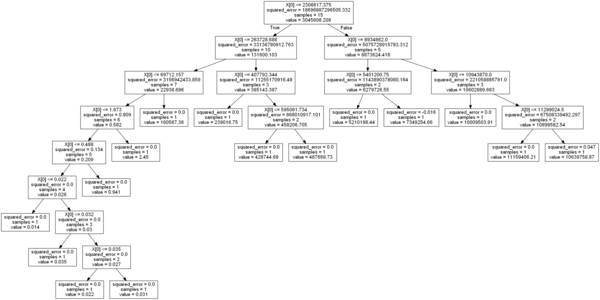
Dimitrios-Mourtzilas/Business-Strategy keeps this Graphviz diagram as dot_tree.png. Above is the earlier version. Its source is kept beside it as dot_tree.dot.
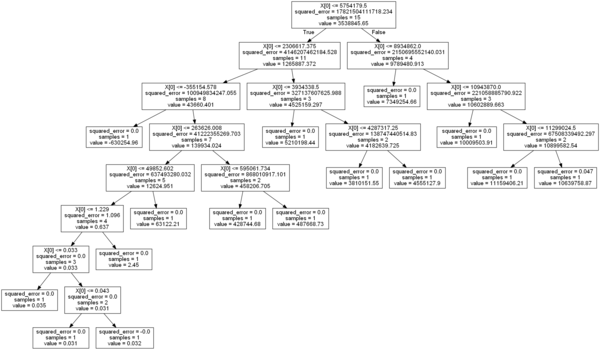
Later version of the same file.

What changed in the source:
```diff
@@ -1,55 +1,55 @@
 digraph Tree {
 node [shape=box, fontname="helvetica"] ;
 edge [fontname="helvetica"] ;
-0 [label="X[0] <= 2306617.375\nsquared_error = 18696887296505.332\nsamples = 15\nvalue = 3045608.208"] ;
-1 [label="X[0] <= 263728.688\nsquared_error = 33136780912.763\nsamples = 10\nvalue = 131600.103"] ;
+0 [label="X[0] <= 5754179.5\nsquared_error = 17821504111718.234\nsamples = 15\nvalue = 3538845.65"] ;
+1 [label="X[0] <= 2306617.375\nsquared_error = 4146207462184.528\nsamples = 11\nvalue = 1265887.372"] ;
 0 -> 1 [labeldistance=2.5, labelangle=45, headlabel="True"] ;
-2 [label="X[0] <= 69712.157\nsquared_error = 3156942433.859\nsamples = 7\nvalue = 22938.696"] ;
+2 [label="X[0] <= -355154.578\nsquared_error = 100949834247.055\nsamples = 8\nvalue = 43660.401"] ;
 1 -> 2 ;
-3 [label="X[0] <= 1.673\nsquared_error = 0.809\nsamples = 6\nvalue = 0.582"] ;
+3 [label="squared_error = 0.0\nsamples = 1\nvalue = -630254.96"] ;
 2 -> 3 ;
-4 [label="X[0] <= 0.488\nsquared_error = 0.134\nsamples = 5\nvalue = 0.209"] ;
-3 -> 4 ;
-5 [label="X[0] <= 0.022\nsquared_error = 0.0\nsamples = 4\nvalue = 0.026"] ;
+4 [label="X[0] <= 263626.008\nsquared_error = 41222355269.703\nsamples = 7\nvalue = 139934.024"] ;
+2 -> 4 ;
+5 [label="X[0] <= 49852.602\nsquared_error = 637493280.032\nsamples = 5\nvalue = 12624.951"] ;
 4 -> 5 ;
-6 [label="squared_error = 0.0\nsamples = 1\nvalue = 0.014"] ;
+6 [label="X[0] <= 1.229\nsquared_error = 1.096\nsamples = 4\nvalue = 0.637"] ;
 5 -> 6 ;
-7 [label="X[0] <= 0.032\nsquared_error = 0.0\nsamples = 3\nvalue = 0.03"] ;
-5 -> 7 ;
+7 [label="X[0] <= 0.033\nsquared_error = 0.0\nsamples = 3\nvalue = 0.033"] ;
+6 -> 7 ;
 8 [label="squared_error = 0.0\nsamples = 1\nvalue = 0.035"] ;
 7 -> 8 ;
-9 [label="X[0] <= 0.035\nsquared_error = 0.0\nsamples = 2\nvalue = 0.027"] ;
+9 [label="X[0] <= 0.043\nsquared_error = 0.0\nsamples = 2\nvalue = 0.031"] ;
 7 -> 9 ;
-10 [label="squared_error = 0.0\nsamples = 1\nvalue = 0.022"] ;
+10 [label="squared_error = 0.0\nsamples = 1\nvalue = 0.031"] ;
 9 -> 10 ;
-11 [label="squared_error = 0.0\nsamples = 1\nvalue = 0.031"] ;
+11 [label="squared_error = -0.0\nsamples = 1\nvalue = 0.032"] ;
 9 -> 11 ;
-12 [label="squared_error = 0.0\nsamples = 1\nvalue = 0.941"] ;
-4 -> 12 ;
-13 [label="squared_error = 0.0\nsamples = 1\nvalue = 2.45"] ;
-3 -> 13 ;
-14 [label="squared_error = 0.0\nsamples = 1\nvalue = 160567.38"] ;
-2 -> 14 ;
-15 [label="X[0] <= 407792.344\nsquared_error = 11255170916.49\nsamples = 3\nvalue = 385143.387"] ;
-1 -> 15 ;
-16 [label="squared_error = 0.0\nsamples = 1\nvalue = 239016.75"] ;
-15 -> 16 ;
-17 [label="X[0] <= 595061.734\nsquared_error = 868010917.101\nsamples = 2\nvalue = 458206.705"] ;
-15 -> 17 ;
-18 [label="squared_error = 0.0\nsamples = 1\nvalue = 428744.68"] ;
+12 [label="squared_error = 0.0\nsamples = 1\nvalue = 2.45"] ;
+6 -> 12 ;
+13 [label="squared_error = 0.0\nsamples = 1\nvalue = 63122.21"] ;
+5 -> 13 ;
+14 [label="X[0] <= 595061.734\nsquared_error = 868010917.101\nsamples = 2\nvalue = 458206.705"] ;
+4 -> 14 ;
+15 [label="squared_error = 0.0\nsamples = 1\nvalue = 428744.68"] ;
+14 -> 15 ;
+16 [label="squared_error = 0.0\nsamples = 1\nvalue = 487668.73"] ;
+14 -> 16 ;
+17 [label="X[0] <= 3934338.5\nsquared_error = 327137607625.988\nsamples = 3\nvalue = 4525159.297"] ;
+1 -> 17 ;
+18 [label="squared_error = 0.0\nsamples = 1\nvalue = 5210198.44"] ;
 17 -> 18 ;
-19 [label="squared_error = 0.0\nsamples = 1\nvalue = 487668.73"] ;
+19 [label="X[0] <= 4287317.25\nsquared_error = 138747440514.83\nsamples = 2\nvalue = 4182639.725"] ;
 17 -> 19 ;
-20 [label="X[0] <= 8934862.0\nsquared_error = 5075728915783.312\nsamples = 5\nvalue = 8873624.418"] ;
-0 -> 20 [labeldistance=2.5, labelangle=-45, headlabel="False"] ;
-21 [label="X[0] <= 5401200.75\nsquared_error = 1143890378080.164\nsamples = 2\nvalue = 6279726.55"] ;
-20 -> 21 ;
-22 [label="squared_error = 0.0\nsamples = 1\nvalue = 5210198.44"] ;
-21 -> 22 ;
-23 [label="squared_error = -0.016\nsamples = 1\nvalue = 7349254.66"] ;
-21 -> 23 ;
-24 [label="X[0] <= 10943870.0\nsquared_error = 221058885791.0\nsamples = 3\nvalue = 10602889.663"] ;
-20 -> 24 ;
+20 [label="squared_error = 0.0\nsamples = 1\nvalue = 3810151.55"] ;
+19 -> 20 ;
+21 [label="squared_error = 0.0\nsamples = 1\nvalue = 4555127.9"] ;
+19 -> 21 ;
+22 [label="X[0] <= 8934862.0\nsquared_error = 2150695552140.031\nsamples = 4\nvalue = 9789480.913"] ;
+0 -> 22 [labeldistance=2.5, labelangle=-45, headlabel="False"] ;
+23 [label="squared_error = 0.0\nsamples = 1\nvalue = 7349254.66"] ;
+22 -> 23 ;
+24 [label="X[0] <= 10943870.0\nsquared_error = 221058885790.922\nsamples = 3\nvalue = 10602889.663"] ;
+22 -> 24 ;
 25 [label="squared_error = 0.0\nsamples = 1\nvalue = 10009503.91"] ;
 24 -> 25 ;
 26 [label="X[0] <= 11299024.5\nsquared_error = 67508339492.297\nsamples = 2\nvalue = 10899582.54"] ;
```
